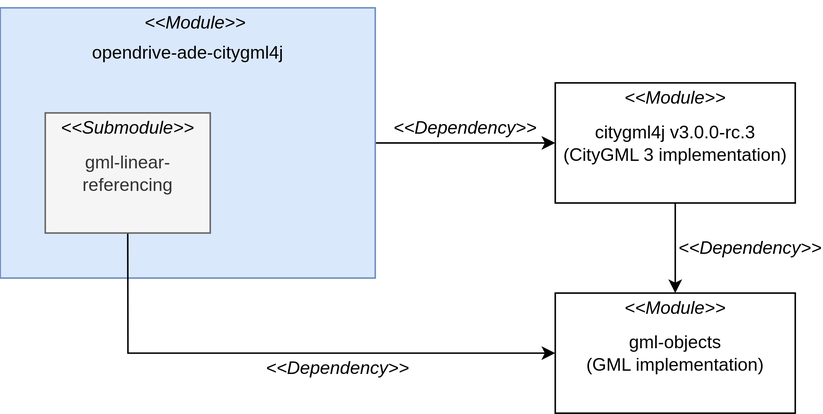
tum-gis/opendrive-ade-citygml4j keeps this draw.io diagram as docs/modules.svg. Above is the earlier version. Source tidied: cells renumbered, new cells last; positions are measured from the earlier drawing's top-left corner, leaving out a move shared by most shapes.
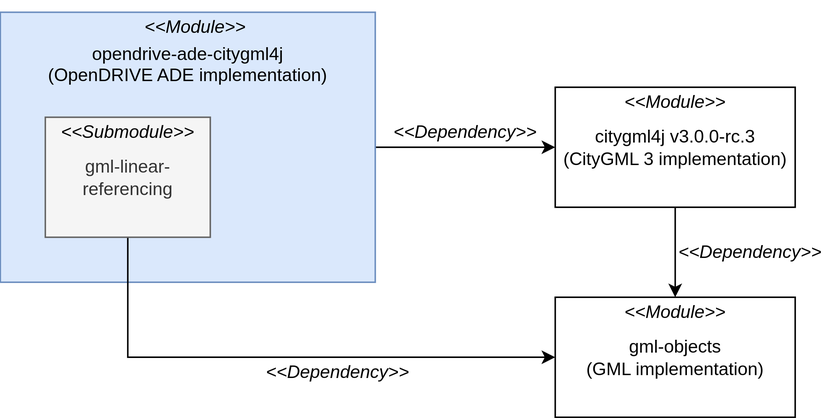
After the change.

The edit, as a diff of the source:
```diff
@@ -8,8 +8,8 @@
     <mxCell id="3" style="rounded=0;whiteSpace=wrap;html=1;fillColor=#dae8fc;strokeColor=#6c8ebf;" parent="1" vertex="1">
       <mxGeometry width="250" height="180" as="geometry" />
     </mxCell>
-    <mxCell id="4" value="&#10;&#10;&lt;span style=&quot;font-family: helvetica; font-size: 12px; font-style: normal; font-weight: 400; letter-spacing: normal; text-align: center; text-indent: 0px; text-transform: none; word-spacing: 0px; display: inline; float: none;&quot;&gt;opendrive-ade-citygml4j&lt;/span&gt;&#10;&#10;" style="text;html=1;strokeColor=none;align=center;verticalAlign=middle;whiteSpace=wrap;rounded=0;labelBackgroundColor=none;" parent="1" vertex="1">
-      <mxGeometry x="50" y="20" width="150" height="20" as="geometry" />
+    <mxCell id="4" value="&lt;br&gt;&lt;br&gt;&lt;span style=&quot;font-family: &amp;#34;helvetica&amp;#34; ; font-size: 12px ; font-style: normal ; font-weight: 400 ; letter-spacing: normal ; text-align: center ; text-indent: 0px ; text-transform: none ; word-spacing: 0px ; display: inline ; float: none&quot;&gt;opendrive-ade-citygml4j&lt;br&gt;&lt;/span&gt;(OpenDRIVE ADE implementation)&lt;br&gt;" style="text;html=1;strokeColor=none;align=center;verticalAlign=middle;whiteSpace=wrap;rounded=0;labelBackgroundColor=none;" parent="1" vertex="1">
+      <mxGeometry x="20" y="10" width="210" height="20" as="geometry" />
     </mxCell>
     <mxCell id="5" style="edgeStyle=orthogonalEdgeStyle;rounded=0;jettySize=auto;html=1;exitX=0.5;exitY=1;exitDx=0;exitDy=0;entryX=0;entryY=0.5;entryDx=0;entryDy=0;fillColor=#ffffff;fontColor=#000000;" parent="1" edge="1" source="6" target="14">
       <mxGeometry relative="1" as="geometry" />
```
